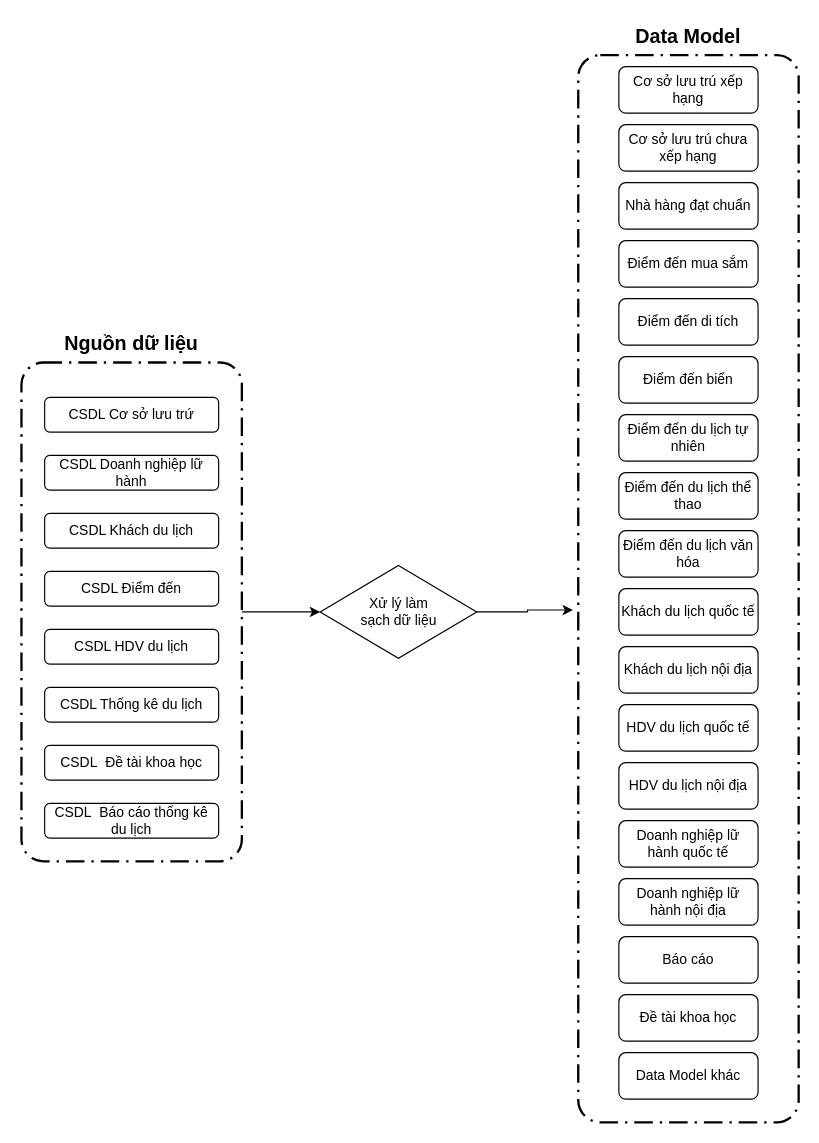
Before: page "Page-4" (4 of 4) of so-do-draw/tcdl.drawio in letheanh12345/Draw-io, a draw.io diagram. Source tidied: cells renumbered, new cells numbered last; positions are measured from the earlier drawing's top-left corner, leaving out a move shared by most shapes. Both pictures are drawn from the tidied source at 116%, with x=0, y=0 at pixel (21, 20).
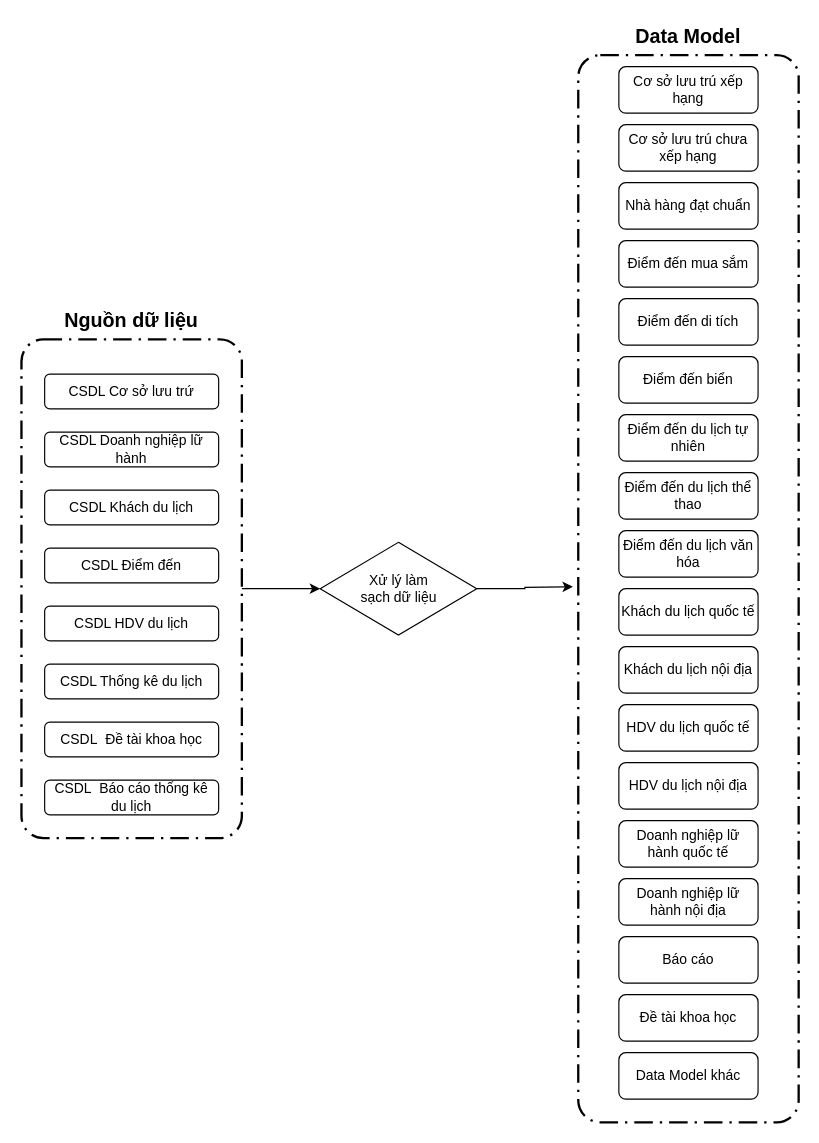
After the change.

The change refers to these unchanged cells:
```xml
<mxCell id="14" style="points=[[0.25,0,0],[0.5,0,0],[0.75,0,0],[1,0.25,0],[1,0.5,0],[1,0.75,0],[0.75,1,0],[0.5,1,0],[0.25,1,0],[0,0.75,0],[0,0.5,0],[0,0.25,0]];rounded=1;arcSize=10;dashed=1;strokeColor=#000000;fillColor=none;gradientColor=none;dashPattern=8 3 1 3;strokeWidth=2;fontStyle=1;fontSize=20;" parent="1" vertex="1">
  <mxGeometry x="480" y="30" width="190" height="920" as="geometry" />
</mxCell>
```

What changed in the source:
```diff
@@
     <mxCell id="3" style="points=[[0.25,0,0],[0.5,0,0],[0.75,0,0],[1,0.25,0],[1,0.5,0],[1,0.75,0],[0.75,1,0],[0.5,1,0],[0.25,1,0],[0,0.75,0],[0,0.5,0],[0,0.25,0]];rounded=1;arcSize=10;dashed=1;strokeColor=#000000;fillColor=none;gradientColor=none;dashPattern=8 3 1 3;strokeWidth=2;fontStyle=1;fontSize=20;" parent="1" vertex="1">
-      <mxGeometry y="295" width="190" height="430" as="geometry" />
+      <mxGeometry y="275" width="190" height="430" as="geometry" />
     </mxCell>
     <mxCell id="4" value="CSDL Cơ sở lưu trứ" style="rounded=1;whiteSpace=wrap;html=1;" parent="1" vertex="1">
-      <mxGeometry x="20" y="325" width="150" height="30" as="geometry" />
+      <mxGeometry x="20" y="305" width="150" height="30" as="geometry" />
     </mxCell>
     <mxCell id="5" value="CSDL Doanh nghiệp lữ hành" style="rounded=1;whiteSpace=wrap;html=1;" parent="1" vertex="1">
-      <mxGeometry x="20" y="375" width="150" height="30" as="geometry" />
+      <mxGeometry x="20" y="355" width="150" height="30" as="geometry" />
     </mxCell>
     <mxCell id="6" value="CSDL Khách du lịch" style="rounded=1;whiteSpace=wrap;html=1;" parent="1" vertex="1">
-      <mxGeometry x="20" y="425" width="150" height="30" as="geometry" />
+      <mxGeometry x="20" y="405" width="150" height="30" as="geometry" />
     </mxCell>
     <mxCell id="7" value="CSDL Điểm đến" style="rounded=1;whiteSpace=wrap;html=1;" parent="1" vertex="1">
-      <mxGeometry x="20" y="475" width="150" height="30" as="geometry" />
+      <mxGeometry x="20" y="455" width="150" height="30" as="geometry" />
     </mxCell>
     <mxCell id="8" value="CSDL HDV du lịch" style="rounded=1;whiteSpace=wrap;html=1;" parent="1" vertex="1">
-      <mxGeometry x="20" y="525" width="150" height="30" as="geometry" />
+      <mxGeometry x="20" y="505" width="150" height="30" as="geometry" />
     </mxCell>
     <mxCell id="9" value="CSDL Thống kê du lịch" style="rounded=1;whiteSpace=wrap;html=1;" parent="1" vertex="1">
-      <mxGeometry x="20" y="575" width="150" height="30" as="geometry" />
+      <mxGeometry x="20" y="555" width="150" height="30" as="geometry" />
     </mxCell>
     <mxCell id="10" value="CSDL&amp;nbsp; Đề tài khoa học" style="rounded=1;whiteSpace=wrap;html=1;" parent="1" vertex="1">
-      <mxGeometry x="20" y="625" width="150" height="30" as="geometry" />
+      <mxGeometry x="20" y="605" width="150" height="30" as="geometry" />
     </mxCell>
     <mxCell id="11" value="CSDL&amp;nbsp; Báo cáo thống kê du lịch" style="rounded=1;whiteSpace=wrap;html=1;" parent="1" vertex="1">
-      <mxGeometry x="20" y="675" width="150" height="30" as="geometry" />
+      <mxGeometry x="20" y="655" width="150" height="30" as="geometry" />
     </mxCell>
-    <mxCell id="12" style="edgeStyle=orthogonalEdgeStyle;rounded=0;jettySize=auto;html=1;entryX=-0.024;entryY=0.52;entryDx=0;entryDy=0;entryPerimeter=0;" parent="1" edge="1" source="13" target="14">
-      <mxGeometry relative="1" as="geometry" />
+    <mxCell id="12" style="edgeStyle=orthogonalEdgeStyle;rounded=0;jettySize=auto;html=1;entryX=-0.024;entryY=0.52;entryDx=0;entryDy=0;entryPerimeter=0;" parent="1" edge="1" source="13">
+      <mxGeometry relative="1" as="geometry">
+        <mxPoint x="475.4" y="488.4" as="targetPoint" />
+      </mxGeometry>
     </mxCell>
     <mxCell id="13" value="Xử lý làm &lt;br&gt;sạch dữ liệu" style="rhombus;whiteSpace=wrap;html=1;" parent="1" vertex="1">
-      <mxGeometry x="257.5" y="470" width="135" height="80" as="geometry" />
+      <mxGeometry x="257.5" y="450" width="135" height="80" as="geometry" />
     </mxCell>
@@
     <mxCell id="33" value="&lt;b&gt;&lt;font style=&quot;font-size: 17px;&quot;&gt;Nguồn dữ liệu&lt;/font&gt;&lt;/b&gt;" style="text;html=1;strokeColor=none;fillColor=none;align=center;verticalAlign=middle;whiteSpace=wrap;rounded=0;" parent="1" vertex="1">
-      <mxGeometry x="20" y="265" width="150" height="30" as="geometry" />
+      <mxGeometry x="20" y="245" width="150" height="30" as="geometry" />
     </mxCell>
```
